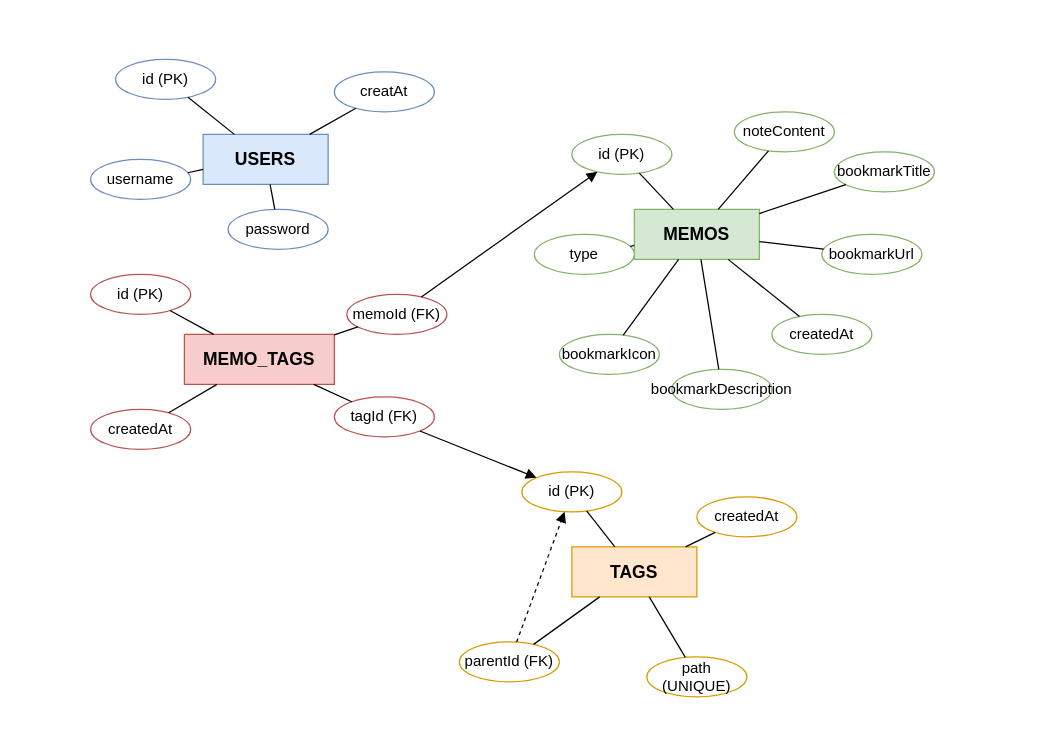
Before: drawio/db-er-chickenfoot.drawio in ancientElement/CyberHamster, a draw.io diagram. Source tidied: cells renumbered, new cells numbered last; positions are measured from the earlier drawing's top-left corner, leaving out a move shared by most shapes. Both pictures are drawn from the tidied source at 125%, with x=0, y=0 at pixel (90, 59).
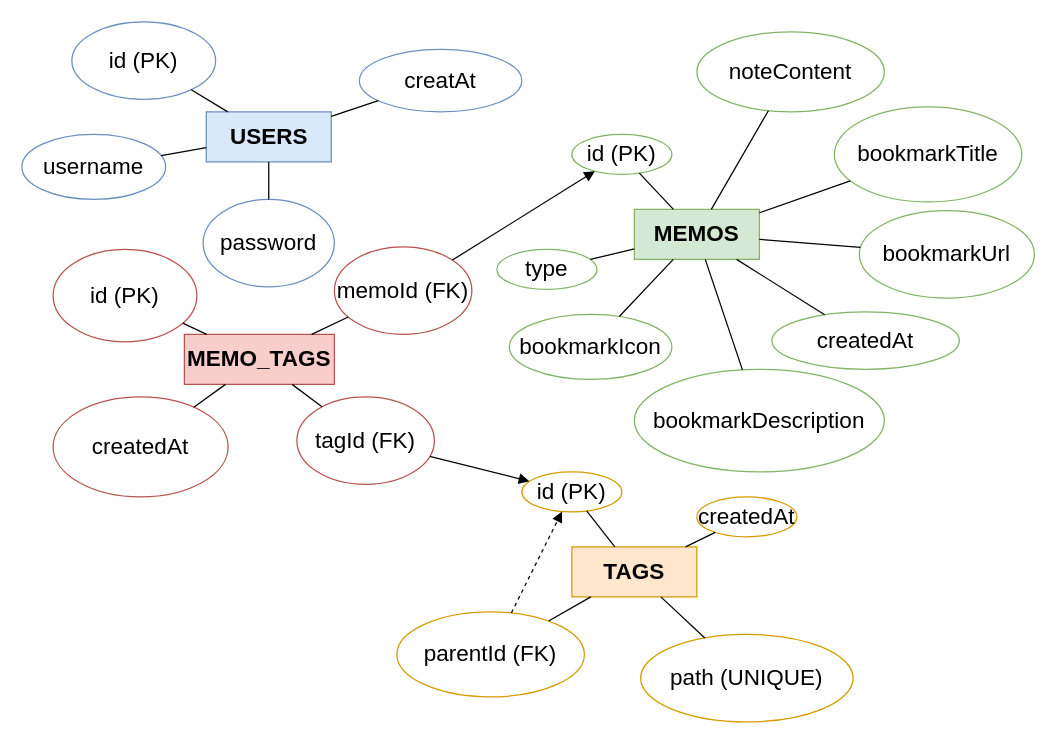
The same diagram, later.

What changed in the source:
```diff
@@
-    <mxCell id="2" value="USERS" style="rounded=0;whiteSpace=wrap;html=1;fillColor=#dae8fc;strokeColor=#6c8ebf;fontSize=14;fontStyle=1;" parent="1" vertex="1">
-      <mxGeometry x="90" y="60" width="100" height="40" as="geometry" />
+    <mxCell id="2" value="USERS" style="rounded=0;whiteSpace=wrap;html=1;fillColor=#dae8fc;strokeColor=#6c8ebf;fontSize=18;fontStyle=1;" parent="1" vertex="1">
+      <mxGeometry x="92.5" y="42" width="100" height="40" as="geometry" />
     </mxCell>
-    <mxCell id="3" value="id (PK)" style="ellipse;whiteSpace=wrap;html=1;fillColor=#ffffff;strokeColor=#6c8ebf;" parent="1" vertex="1">
-      <mxGeometry x="20" width="80" height="32" as="geometry" />
+    <mxCell id="3" value="id (PK)" style="ellipse;whiteSpace=wrap;html=1;fillColor=#ffffff;strokeColor=#6c8ebf;fontSize=18;" parent="1" vertex="1">
+      <mxGeometry x="-15" y="-30" width="115" height="62" as="geometry" />
     </mxCell>
-    <mxCell id="4" value="username" style="ellipse;whiteSpace=wrap;html=1;fillColor=#ffffff;strokeColor=#6c8ebf;" parent="1" vertex="1">
-      <mxGeometry y="80" width="80" height="32" as="geometry" />
+    <mxCell id="4" value="username" style="ellipse;whiteSpace=wrap;html=1;fillColor=#ffffff;strokeColor=#6c8ebf;fontSize=18;" parent="1" vertex="1">
+      <mxGeometry x="-55" y="60" width="115" height="52" as="geometry" />
     </mxCell>
-    <mxCell id="5" value="password" style="ellipse;whiteSpace=wrap;html=1;fillColor=#ffffff;strokeColor=#6c8ebf;" parent="1" vertex="1">
-      <mxGeometry x="110" y="120" width="80" height="32" as="geometry" />
+    <mxCell id="5" value="password" style="ellipse;whiteSpace=wrap;html=1;fillColor=#ffffff;strokeColor=#6c8ebf;fontSize=18;" parent="1" vertex="1">
+      <mxGeometry x="90" y="112" width="105" height="70" as="geometry" />
     </mxCell>
-    <mxCell id="6" value="creatAt" style="ellipse;whiteSpace=wrap;html=1;fillColor=#ffffff;strokeColor=#6c8ebf;" parent="1" vertex="1">
-      <mxGeometry x="195" y="10" width="80" height="32" as="geometry" />
+    <mxCell id="6" value="creatAt" style="ellipse;whiteSpace=wrap;html=1;fillColor=#ffffff;strokeColor=#6c8ebf;fontSize=18;" parent="1" vertex="1">
+      <mxGeometry x="215" y="-8" width="130" height="50" as="geometry" />
     </mxCell>
-    <mxCell id="7" style="endArrow=none;html=1;" parent="1" edge="1" source="3" target="2">
+    <mxCell id="7" style="endArrow=none;html=1;fontSize=18;" parent="1" edge="1" source="3" target="2">
       <mxGeometry relative="1" as="geometry" />
     </mxCell>
-    <mxCell id="8" style="endArrow=none;html=1;" parent="1" edge="1" source="4" target="2">
+    <mxCell id="8" style="endArrow=none;html=1;fontSize=18;" parent="1" edge="1" source="4" target="2">
       <mxGeometry relative="1" as="geometry" />
     </mxCell>
-    <mxCell id="9" style="endArrow=none;html=1;" parent="1" edge="1" source="5" target="2">
+    <mxCell id="9" style="endArrow=none;html=1;fontSize=18;" parent="1" edge="1" source="5" target="2">
       <mxGeometry relative="1" as="geometry" />
     </mxCell>
-    <mxCell id="10" style="endArrow=none;html=1;" parent="1" edge="1" source="6" target="2">
+    <mxCell id="10" style="endArrow=none;html=1;fontSize=18;" parent="1" edge="1" source="6" target="2">
       <mxGeometry relative="1" as="geometry" />
     </mxCell>
-    <mxCell id="11" value="MEMOS" style="rounded=0;whiteSpace=wrap;html=1;fillColor=#d5e8d4;strokeColor=#82b366;fontSize=14;fontStyle=1;" parent="1" vertex="1">
+    <mxCell id="11" value="MEMOS" style="rounded=0;whiteSpace=wrap;html=1;fillColor=#d5e8d4;strokeColor=#82b366;fontSize=18;fontStyle=1;" parent="1" vertex="1">
       <mxGeometry x="435" y="120" width="100" height="40" as="geometry" />
     </mxCell>
-    <mxCell id="12" value="id (PK)" style="ellipse;whiteSpace=wrap;html=1;fillColor=#ffffff;strokeColor=#82b366;" parent="1" vertex="1">
+    <mxCell id="12" value="id (PK)" style="ellipse;whiteSpace=wrap;html=1;fillColor=#ffffff;strokeColor=#82b366;fontSize=18;" parent="1" vertex="1">
       <mxGeometry x="385" y="60" width="80" height="32" as="geometry" />
     </mxCell>
-    <mxCell id="13" value="type" style="ellipse;whiteSpace=wrap;html=1;fillColor=#ffffff;strokeColor=#82b366;" parent="1" vertex="1">
-      <mxGeometry x="355" y="140" width="80" height="32" as="geometry" />
+    <mxCell id="13" value="type" style="ellipse;whiteSpace=wrap;html=1;fillColor=#ffffff;strokeColor=#82b366;fontSize=18;" parent="1" vertex="1">
+      <mxGeometry x="325" y="152" width="80" height="32" as="geometry" />
     </mxCell>
-    <mxCell id="14" value="createdAt" style="ellipse;whiteSpace=wrap;html=1;fillColor=#ffffff;strokeColor=#82b366;" parent="1" vertex="1">
-      <mxGeometry x="545" y="204" width="80" height="32" as="geometry" />
+    <mxCell id="14" value="createdAt" style="ellipse;whiteSpace=wrap;html=1;fillColor=#ffffff;strokeColor=#82b366;fontSize=18;" parent="1" vertex="1">
+      <mxGeometry x="545" y="202" width="150" height="46" as="geometry" />
     </mxCell>
-    <mxCell id="15" value="noteContent" style="ellipse;whiteSpace=wrap;html=1;fillColor=#ffffff;strokeColor=#82b366;" parent="1" vertex="1">
-      <mxGeometry x="515" y="42" width="80" height="32" as="geometry" />
+    <mxCell id="15" value="noteContent" style="ellipse;whiteSpace=wrap;html=1;fillColor=#ffffff;strokeColor=#82b366;fontSize=18;" parent="1" vertex="1">
+      <mxGeometry x="485" y="-22" width="150" height="64" as="geometry" />
     </mxCell>
-    <mxCell id="16" value="bookmarkTitle" style="ellipse;whiteSpace=wrap;html=1;fillColor=#ffffff;strokeColor=#82b366;" parent="1" vertex="1">
-      <mxGeometry x="595" y="74" width="80" height="32" as="geometry" />
+    <mxCell id="16" value="bookmarkTitle" style="ellipse;whiteSpace=wrap;html=1;fillColor=#ffffff;strokeColor=#82b366;fontSize=18;" parent="1" vertex="1">
+      <mxGeometry x="595" y="38" width="150" height="76" as="geometry" />
     </mxCell>
-    <mxCell id="17" value="bookmarkUrl" style="ellipse;whiteSpace=wrap;html=1;fillColor=#ffffff;strokeColor=#82b366;" parent="1" vertex="1">
-      <mxGeometry x="585" y="140" width="80" height="32" as="geometry" />
+    <mxCell id="17" value="bookmarkUrl" style="ellipse;whiteSpace=wrap;html=1;fillColor=#ffffff;strokeColor=#82b366;fontSize=18;" parent="1" vertex="1">
+      <mxGeometry x="615" y="121" width="140" height="70" as="geometry" />
     </mxCell>
-    <mxCell id="18" value="bookmarkDescription" style="ellipse;whiteSpace=wrap;html=1;fillColor=#ffffff;strokeColor=#82b366;" parent="1" vertex="1">
-      <mxGeometry x="465" y="248" width="80" height="32" as="geometry" />
+    <mxCell id="18" value="bookmarkDescription" style="ellipse;whiteSpace=wrap;html=1;fillColor=#ffffff;strokeColor=#82b366;fontSize=18;" parent="1" vertex="1">
+      <mxGeometry x="435" y="248" width="200" height="82" as="geometry" />
     </mxCell>
-    <mxCell id="19" value="bookmarkIcon" style="ellipse;whiteSpace=wrap;html=1;fillColor=#ffffff;strokeColor=#82b366;" parent="1" vertex="1">
-      <mxGeometry x="375" y="220" width="80" height="32" as="geometry" />
+    <mxCell id="19" value="bookmarkIcon" style="ellipse;whiteSpace=wrap;html=1;fillColor=#ffffff;strokeColor=#82b366;fontSize=18;" parent="1" vertex="1">
+      <mxGeometry x="335" y="204" width="130" height="52" as="geometry" />
     </mxCell>
-    <mxCell id="20" style="endArrow=none;html=1;" parent="1" edge="1" source="12" target="11">
+    <mxCell id="20" style="endArrow=none;html=1;fontSize=18;" parent="1" edge="1" source="12" target="11">
       <mxGeometry relative="1" as="geometry" />
     </mxCell>
-    <mxCell id="21" style="endArrow=none;html=1;" parent="1" edge="1" source="13" target="11">
+    <mxCell id="21" style="endArrow=none;html=1;fontSize=18;" parent="1" edge="1" source="13" target="11">
       <mxGeometry relative="1" as="geometry" />
     </mxCell>
-    <mxCell id="22" style="endArrow=none;html=1;" parent="1" edge="1" source="14" target="11">
+    <mxCell id="22" style="endArrow=none;html=1;fontSize=18;" parent="1" edge="1" source="14" target="11">
       <mxGeometry relative="1" as="geometry" />
     </mxCell>
-    <mxCell id="23" style="endArrow=none;html=1;" parent="1" edge="1" source="15" target="11">
+    <mxCell id="23" style="endArrow=none;html=1;fontSize=18;" parent="1" edge="1" source="15" target="11">
       <mxGeometry relative="1" as="geometry" />
     </mxCell>
-    <mxCell id="24" style="endArrow=none;html=1;" parent="1" edge="1" source="16" target="11">
+    <mxCell id="24" style="endArrow=none;html=1;fontSize=18;" parent="1" edge="1" source="16" target="11">
       <mxGeometry relative="1" as="geometry" />
     </mxCell>
-    <mxCell id="25" style="endArrow=none;html=1;" parent="1" edge="1" source="17" target="11">
+    <mxCell id="25" style="endArrow=none;html=1;fontSize=18;" parent="1" edge="1" source="17" target="11">
       <mxGeometry relative="1" as="geometry" />
     </mxCell>
-    <mxCell id="26" style="endArrow=none;html=1;" parent="1" edge="1" source="18" target="11">
+    <mxCell id="26" style="endArrow=none;html=1;fontSize=18;" parent="1" edge="1" source="18" target="11">
       <mxGeometry relative="1" as="geometry" />
     </mxCell>
-    <mxCell id="27" style="endArrow=none;html=1;" parent="1" edge="1" source="19" target="11">
+    <mxCell id="27" style="endArrow=none;html=1;fontSize=18;" parent="1" edge="1" source="19" target="11">
       <mxGeometry relative="1" as="geometry" />
     </mxCell>
-    <mxCell id="28" value="TAGS" style="rounded=0;whiteSpace=wrap;html=1;fillColor=#ffe6cc;strokeColor=#d79b00;fontSize=14;fontStyle=1;" parent="1" vertex="1">
+    <mxCell id="28" value="TAGS" style="rounded=0;whiteSpace=wrap;html=1;fillColor=#ffe6cc;strokeColor=#d79b00;fontSize=18;fontStyle=1;" parent="1" vertex="1">
       <mxGeometry x="385" y="390" width="100" height="40" as="geometry" />
     </mxCell>
-    <mxCell id="29" value="id (PK)" style="ellipse;whiteSpace=wrap;html=1;fillColor=#ffffff;strokeColor=#d79b00;" parent="1" vertex="1">
+    <mxCell id="29" value="id (PK)" style="ellipse;whiteSpace=wrap;html=1;fillColor=#ffffff;strokeColor=#d79b00;fontSize=18;" parent="1" vertex="1">
       <mxGeometry x="345" y="330" width="80" height="32" as="geometry" />
     </mxCell>
-    <mxCell id="30" value="path (UNIQUE)" style="ellipse;whiteSpace=wrap;html=1;fillColor=#ffffff;strokeColor=#d79b00;" parent="1" vertex="1">
-      <mxGeometry x="445" y="478" width="80" height="32" as="geometry" />
+    <mxCell id="30" value="path (UNIQUE)" style="ellipse;whiteSpace=wrap;html=1;fillColor=#ffffff;strokeColor=#d79b00;fontSize=18;" parent="1" vertex="1">
+      <mxGeometry x="440" y="460" width="170" height="70" as="geometry" />
     </mxCell>
-    <mxCell id="31" value="parentId (FK)" style="ellipse;whiteSpace=wrap;html=1;fillColor=#ffffff;strokeColor=#d79b00;" parent="1" vertex="1">
-      <mxGeometry x="295" y="466" width="80" height="32" as="geometry" />
+    <mxCell id="31" value="parentId (FK)" style="ellipse;whiteSpace=wrap;html=1;fillColor=#ffffff;strokeColor=#d79b00;fontSize=18;" parent="1" vertex="1">
+      <mxGeometry x="245" y="442" width="150" height="68" as="geometry" />
     </mxCell>
-    <mxCell id="32" value="createdAt" style="ellipse;whiteSpace=wrap;html=1;fillColor=#ffffff;strokeColor=#d79b00;" parent="1" vertex="1">
+    <mxCell id="32" value="createdAt" style="ellipse;whiteSpace=wrap;html=1;fillColor=#ffffff;strokeColor=#d79b00;fontSize=18;" parent="1" vertex="1">
       <mxGeometry x="485" y="350" width="80" height="32" as="geometry" />
     </mxCell>
-    <mxCell id="33" style="endArrow=none;html=1;" parent="1" edge="1" source="29" target="28">
+    <mxCell id="33" style="endArrow=none;html=1;fontSize=18;" parent="1" edge="1" source="29" target="28">
       <mxGeometry relative="1" as="geometry" />
     </mxCell>
-    <mxCell id="34" style="endArrow=none;html=1;" parent="1" edge="1" source="30" target="28">
+    <mxCell id="34" style="endArrow=none;html=1;fontSize=18;" parent="1" edge="1" source="30" target="28">
       <mxGeometry relative="1" as="geometry" />
     </mxCell>
-    <mxCell id="35" style="endArrow=none;html=1;" parent="1" edge="1" source="31" target="28">
+    <mxCell id="35" style="endArrow=none;html=1;fontSize=18;" parent="1" edge="1" source="31" target="28">
       <mxGeometry relative="1" as="geometry" />
     </mxCell>
-    <mxCell id="36" style="endArrow=none;html=1;" parent="1" edge="1" source="32" target="28">
+    <mxCell id="36" style="endArrow=none;html=1;fontSize=18;" parent="1" edge="1" source="32" target="28">
       <mxGeometry relative="1" as="geometry" />
     </mxCell>
-    <mxCell id="37" value="MEMO_TAGS" style="rounded=0;whiteSpace=wrap;html=1;fillColor=#f8cecc;strokeColor=#b85450;fontSize=14;fontStyle=1;" parent="1" vertex="1">
+    <mxCell id="37" value="MEMO_TAGS" style="rounded=0;whiteSpace=wrap;html=1;fillColor=#f8cecc;strokeColor=#b85450;fontSize=18;fontStyle=1;" parent="1" vertex="1">
       <mxGeometry x="75" y="220" width="120" height="40" as="geometry" />
     </mxCell>
-    <mxCell id="38" value="id (PK)" style="ellipse;whiteSpace=wrap;html=1;fillColor=#ffffff;strokeColor=#b85450;" parent="1" vertex="1">
-      <mxGeometry y="172" width="80" height="32" as="geometry" />
+    <mxCell id="38" value="id (PK)" style="ellipse;whiteSpace=wrap;html=1;fillColor=#ffffff;strokeColor=#b85450;fontSize=18;" parent="1" vertex="1">
+      <mxGeometry x="-30" y="152" width="115" height="74" as="geometry" />
     </mxCell>
-    <mxCell id="39" value="memoId (FK)" style="ellipse;whiteSpace=wrap;html=1;fillColor=#ffffff;strokeColor=#b85450;" parent="1" vertex="1">
-      <mxGeometry x="205" y="188" width="80" height="32" as="geometry" />
+    <mxCell id="39" value="memoId (FK)" style="ellipse;whiteSpace=wrap;html=1;fillColor=#ffffff;strokeColor=#b85450;fontSize=18;" parent="1" vertex="1">
+      <mxGeometry x="195" y="150" width="110" height="70" as="geometry" />
     </mxCell>
-    <mxCell id="40" value="tagId (FK)" style="ellipse;whiteSpace=wrap;html=1;fillColor=#ffffff;strokeColor=#b85450;" parent="1" vertex="1">
-      <mxGeometry x="195" y="270" width="80" height="32" as="geometry" />
+    <mxCell id="40" value="tagId (FK)" style="ellipse;whiteSpace=wrap;html=1;fillColor=#ffffff;strokeColor=#b85450;fontSize=18;" parent="1" vertex="1">
+      <mxGeometry x="165" y="270" width="110" height="70" as="geometry" />
     </mxCell>
-    <mxCell id="41" value="createdAt" style="ellipse;whiteSpace=wrap;html=1;fillColor=#ffffff;strokeColor=#b85450;" parent="1" vertex="1">
-      <mxGeometry y="280" width="80" height="32" as="geometry" />
+    <mxCell id="41" value="createdAt" style="ellipse;whiteSpace=wrap;html=1;fillColor=#ffffff;strokeColor=#b85450;fontSize=18;" parent="1" vertex="1">
+      <mxGeometry x="-30" y="270" width="140" height="80" as="geometry" />
     </mxCell>
-    <mxCell id="42" style="endArrow=none;html=1;" parent="1" edge="1" source="38" target="37">
+    <mxCell id="42" style="endArrow=none;html=1;fontSize=18;" parent="1" edge="1" source="38" target="37">
       <mxGeometry relative="1" as="geometry" />
     </mxCell>
-    <mxCell id="43" style="endArrow=none;html=1;" parent="1" edge="1" source="39" target="37">
+    <mxCell id="43" style="endArrow=none;html=1;fontSize=18;" parent="1" edge="1" source="39" target="37">
       <mxGeometry relative="1" as="geometry" />
     </mxCell>
-    <mxCell id="44" style="endArrow=none;html=1;" parent="1" edge="1" source="40" target="37">
+    <mxCell id="44" style="endArrow=none;html=1;fontSize=18;" parent="1" edge="1" source="40" target="37">
       <mxGeometry relative="1" as="geometry" />
     </mxCell>
-    <mxCell id="45" style="endArrow=none;html=1;" parent="1" edge="1" source="41" target="37">
+    <mxCell id="45" style="endArrow=none;html=1;fontSize=18;" parent="1" edge="1" source="41" target="37">
       <mxGeometry relative="1" as="geometry" />
     </mxCell>
-    <mxCell id="46" style="endArrow=block;html=1;" parent="1" edge="1" source="39" target="12">
+    <mxCell id="46" style="endArrow=block;html=1;fontSize=18;" parent="1" edge="1" source="39" target="12">
       <mxGeometry relative="1" as="geometry" />
     </mxCell>
-    <mxCell id="47" style="endArrow=block;html=1;" parent="1" edge="1" source="40" target="29">
+    <mxCell id="47" style="endArrow=block;html=1;fontSize=18;" parent="1" edge="1" source="40" target="29">
       <mxGeometry relative="1" as="geometry" />
     </mxCell>
-    <mxCell id="48" style="endArrow=block;html=1;dashed=1;" parent="1" edge="1" source="31" target="29">
+    <mxCell id="48" style="endArrow=block;html=1;dashed=1;fontSize=18;" parent="1" edge="1" source="31" target="29">
       <mxGeometry relative="1" as="geometry" />
     </mxCell>
```
